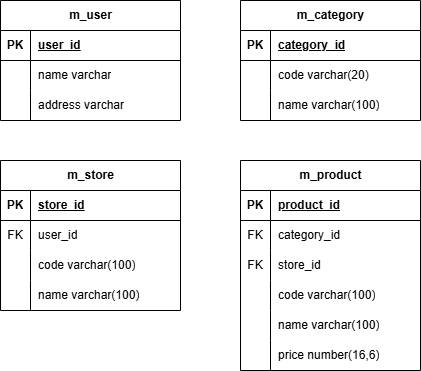
Before: docs/design-table.png, a diagram exported from draw.io (aantsultan/ecommerce). Source tidied: cells renumbered, new cells last; positions are measured from the earlier drawing's top-left corner, leaving out a move shared by most shapes.
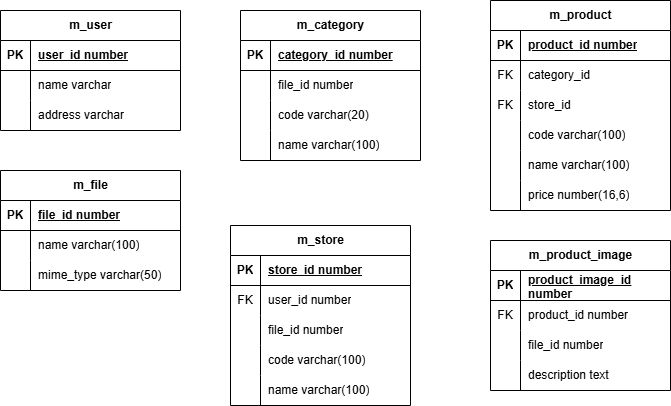
The same diagram one commit later.

What changed in the source:
```diff
@@ -11,7 +11,7 @@
     <mxCell id="4" value="PK" style="shape=partialRectangle;fillColor=none;top=0;left=0;bottom=0;right=0;fontStyle=1;overflow=hidden;whiteSpace=wrap;html=1;" parent="3" vertex="1">
       <mxGeometry width="30" height="30" as="geometry" />
     </mxCell>
-    <mxCell id="5" value="user_id" style="shape=partialRectangle;fillColor=none;top=0;left=0;bottom=0;right=0;align=left;spacingLeft=6;fontStyle=5;overflow=hidden;whiteSpace=wrap;html=1;" parent="3" vertex="1">
+    <mxCell id="5" value="user_id number" style="shape=partialRectangle;fillColor=none;top=0;left=0;bottom=0;right=0;align=left;spacingLeft=6;fontStyle=5;overflow=hidden;whiteSpace=wrap;html=1;" parent="3" vertex="1">
       <mxGeometry x="30" width="150" height="30" as="geometry" />
     </mxCell>
     <mxCell id="6" style="shape=tableRow;horizontal=0;startSize=0;swimlaneHead=0;swimlaneBody=0;fillColor=none;top=0;left=0;right=0;bottom=0;" parent="2" vertex="1">
@@ -33,7 +33,7 @@
       <mxGeometry x="30" width="150" height="30" as="geometry" />
     </mxCell>
     <mxCell id="12" value="m_category" style="shape=table;startSize=30;rowLines=0;fontStyle=1;align=center;html=1;" parent="1" vertex="1">
-      <mxGeometry x="240" width="180" height="120" as="geometry" />
+      <mxGeometry x="240" width="180" height="150" as="geometry" />
     </mxCell>
     <mxCell id="13" style="shape=tableRow;horizontal=0;startSize=0;swimlaneHead=0;swimlaneBody=0;fillColor=none;top=0;left=0;right=0;bottom=1;" parent="12" vertex="1">
       <mxGeometry y="30" width="180" height="30" as="geometry" />
@@ -41,7 +41,7 @@
     <mxCell id="14" value="PK" style="shape=partialRectangle;fillColor=none;top=0;left=0;bottom=0;right=0;fontStyle=1;overflow=hidden;whiteSpace=wrap;html=1;" parent="13" vertex="1">
       <mxGeometry width="30" height="30" as="geometry" />
     </mxCell>
-    <mxCell id="15" value="category_id" style="shape=partialRectangle;fillColor=none;top=0;left=0;bottom=0;right=0;align=left;spacingLeft=6;fontStyle=5;overflow=hidden;whiteSpace=wrap;html=1;" parent="13" vertex="1">
+    <mxCell id="15" value="category_id number" style="shape=partialRectangle;fillColor=none;top=0;left=0;bottom=0;right=0;align=left;spacingLeft=6;fontStyle=5;overflow=hidden;whiteSpace=wrap;html=1;" parent="13" vertex="1">
       <mxGeometry x="30" width="150" height="30" as="geometry" />
     </mxCell>
     <mxCell id="16" style="shape=tableRow;horizontal=0;startSize=0;swimlaneHead=0;swimlaneBody=0;fillColor=none;top=0;left=0;right=0;bottom=0;" parent="12" vertex="1">
@@ -50,7 +50,7 @@
     <mxCell id="17" style="shape=partialRectangle;fillColor=none;top=0;left=0;bottom=0;right=0;overflow=hidden;whiteSpace=wrap;html=1;" parent="16" vertex="1">
       <mxGeometry width="30" height="30" as="geometry" />
     </mxCell>
-    <mxCell id="18" value="code varchar(20)" style="shape=partialRectangle;fillColor=none;top=0;left=0;bottom=0;right=0;align=left;spacingLeft=6;overflow=hidden;whiteSpace=wrap;html=1;" parent="16" vertex="1">
+    <mxCell id="18" value="file_id number" style="shape=partialRectangle;fillColor=none;top=0;left=0;bottom=0;right=0;align=left;spacingLeft=6;overflow=hidden;whiteSpace=wrap;html=1;" parent="16" vertex="1">
       <mxGeometry x="30" width="150" height="30" as="geometry" />
     </mxCell>
     <mxCell id="19" style="shape=tableRow;horizontal=0;startSize=0;swimlaneHead=0;swimlaneBody=0;fillColor=none;top=0;left=0;right=0;bottom=0;" parent="12" vertex="1">
@@ -59,11 +59,20 @@
     <mxCell id="20" style="shape=partialRectangle;fillColor=none;top=0;left=0;bottom=0;right=0;overflow=hidden;whiteSpace=wrap;html=1;" parent="19" vertex="1">
       <mxGeometry width="30" height="30" as="geometry" />
     </mxCell>
-    <mxCell id="21" value="name varchar(100)" style="shape=partialRectangle;fillColor=none;top=0;left=0;bottom=0;right=0;align=left;spacingLeft=6;overflow=hidden;whiteSpace=wrap;html=1;" parent="19" vertex="1">
+    <mxCell id="21" value="code varchar(20)" style="shape=partialRectangle;fillColor=none;top=0;left=0;bottom=0;right=0;align=left;spacingLeft=6;overflow=hidden;whiteSpace=wrap;html=1;" parent="19" vertex="1">
       <mxGeometry x="30" width="150" height="30" as="geometry" />
     </mxCell>
+    <mxCell id="54" style="shape=tableRow;horizontal=0;startSize=0;swimlaneHead=0;swimlaneBody=0;fillColor=none;top=0;left=0;right=0;bottom=0;" parent="12" vertex="1">
+      <mxGeometry y="120" width="180" height="30" as="geometry" />
+    </mxCell>
+    <mxCell id="55" style="shape=partialRectangle;fillColor=none;top=0;left=0;bottom=0;right=0;overflow=hidden;whiteSpace=wrap;html=1;" parent="54" vertex="1">
+      <mxGeometry width="30" height="30" as="geometry" />
+    </mxCell>
+    <mxCell id="56" value="name varchar(100)" style="shape=partialRectangle;fillColor=none;top=0;left=0;bottom=0;right=0;align=left;spacingLeft=6;overflow=hidden;whiteSpace=wrap;html=1;" parent="54" vertex="1">
+      <mxGeometry x="30" width="150" height="30" as="geometry" />
+    </mxCell>
     <mxCell id="22" value="m_product" style="shape=table;startSize=30;rowLines=0;fontStyle=1;align=center;html=1;" parent="1" vertex="1">
-      <mxGeometry x="240" y="160" width="180" height="210" as="geometry" />
+      <mxGeometry x="490" y="-10" width="180" height="210" as="geometry" />
     </mxCell>
     <mxCell id="23" style="shape=tableRow;horizontal=0;startSize=0;swimlaneHead=0;swimlaneBody=0;fillColor=none;top=0;left=0;right=0;bottom=1;" parent="22" vertex="1">
       <mxGeometry y="30" width="180" height="30" as="geometry" />
@@ -71,7 +80,7 @@
     <mxCell id="24" value="PK" style="shape=partialRectangle;fillColor=none;top=0;left=0;bottom=0;right=0;fontStyle=1;overflow=hidden;whiteSpace=wrap;html=1;" parent="23" vertex="1">
       <mxGeometry width="30" height="30" as="geometry" />
     </mxCell>
-    <mxCell id="25" value="product_id" style="shape=partialRectangle;fillColor=none;top=0;left=0;bottom=0;right=0;align=left;spacingLeft=6;fontStyle=5;overflow=hidden;whiteSpace=wrap;html=1;" parent="23" vertex="1">
+    <mxCell id="25" value="product_id number" style="shape=partialRectangle;fillColor=none;top=0;left=0;bottom=0;right=0;align=left;spacingLeft=6;fontStyle=5;overflow=hidden;whiteSpace=wrap;html=1;" parent="23" vertex="1">
       <mxGeometry x="30" width="150" height="30" as="geometry" />
     </mxCell>
     <mxCell id="26" style="shape=tableRow;horizontal=0;startSize=0;swimlaneHead=0;swimlaneBody=0;fillColor=none;top=0;left=0;right=0;bottom=0;" parent="22" vertex="1">
@@ -120,7 +129,7 @@
       <mxGeometry x="30" width="150" height="30" as="geometry" />
     </mxCell>
     <mxCell id="41" value="m_store" style="shape=table;startSize=30;rowLines=0;fontStyle=1;align=center;html=1;" parent="1" vertex="1">
-      <mxGeometry y="160" width="180" height="150" as="geometry" />
+      <mxGeometry x="230" y="215" width="180" height="180" as="geometry" />
     </mxCell>
     <mxCell id="42" style="shape=tableRow;horizontal=0;startSize=0;swimlaneHead=0;swimlaneBody=0;fillColor=none;top=0;left=0;right=0;bottom=1;" parent="41" vertex="1">
       <mxGeometry y="30" width="180" height="30" as="geometry" />
@@ -128,7 +137,7 @@
     <mxCell id="43" value="PK" style="shape=partialRectangle;fillColor=none;top=0;left=0;bottom=0;right=0;fontStyle=1;overflow=hidden;whiteSpace=wrap;html=1;" parent="42" vertex="1">
       <mxGeometry width="30" height="30" as="geometry" />
     </mxCell>
-    <mxCell id="44" value="store_id" style="shape=partialRectangle;fillColor=none;top=0;left=0;bottom=0;right=0;align=left;spacingLeft=6;fontStyle=5;overflow=hidden;whiteSpace=wrap;html=1;" parent="42" vertex="1">
+    <mxCell id="44" value="store_id number" style="shape=partialRectangle;fillColor=none;top=0;left=0;bottom=0;right=0;align=left;spacingLeft=6;fontStyle=5;overflow=hidden;whiteSpace=wrap;html=1;" parent="42" vertex="1">
       <mxGeometry x="30" width="150" height="30" as="geometry" />
     </mxCell>
     <mxCell id="45" style="shape=tableRow;horizontal=0;startSize=0;swimlaneHead=0;swimlaneBody=0;fillColor=none;top=0;left=0;right=0;bottom=0;" parent="41" vertex="1">
@@ -137,7 +146,7 @@
     <mxCell id="46" value="FK" style="shape=partialRectangle;fillColor=none;top=0;left=0;bottom=0;right=0;overflow=hidden;whiteSpace=wrap;html=1;" parent="45" vertex="1">
       <mxGeometry width="30" height="30" as="geometry" />
     </mxCell>
-    <mxCell id="47" value="user_id" style="shape=partialRectangle;fillColor=none;top=0;left=0;bottom=0;right=0;align=left;spacingLeft=6;overflow=hidden;whiteSpace=wrap;html=1;" parent="45" vertex="1">
+    <mxCell id="47" value="user_id number" style="shape=partialRectangle;fillColor=none;top=0;left=0;bottom=0;right=0;align=left;spacingLeft=6;overflow=hidden;whiteSpace=wrap;html=1;" parent="45" vertex="1">
       <mxGeometry x="30" width="150" height="30" as="geometry" />
     </mxCell>
     <mxCell id="48" style="shape=tableRow;horizontal=0;startSize=0;swimlaneHead=0;swimlaneBody=0;fillColor=none;top=0;left=0;right=0;bottom=0;" parent="41" vertex="1">
@@ -146,7 +155,7 @@
     <mxCell id="49" style="shape=partialRectangle;fillColor=none;top=0;left=0;bottom=0;right=0;overflow=hidden;whiteSpace=wrap;html=1;" parent="48" vertex="1">
       <mxGeometry width="30" height="30" as="geometry" />
     </mxCell>
-    <mxCell id="50" value="code varchar(100)" style="shape=partialRectangle;fillColor=none;top=0;left=0;bottom=0;right=0;align=left;spacingLeft=6;overflow=hidden;whiteSpace=wrap;html=1;" parent="48" vertex="1">
+    <mxCell id="50" value="file_id number" style="shape=partialRectangle;fillColor=none;top=0;left=0;bottom=0;right=0;align=left;spacingLeft=6;overflow=hidden;whiteSpace=wrap;html=1;" parent="48" vertex="1">
       <mxGeometry x="30" width="150" height="30" as="geometry" />
     </mxCell>
     <mxCell id="51" style="shape=tableRow;horizontal=0;startSize=0;swimlaneHead=0;swimlaneBody=0;fillColor=none;top=0;left=0;right=0;bottom=0;" parent="41" vertex="1">
@@ -155,8 +164,86 @@
     <mxCell id="52" style="shape=partialRectangle;fillColor=none;top=0;left=0;bottom=0;right=0;overflow=hidden;whiteSpace=wrap;html=1;" parent="51" vertex="1">
       <mxGeometry width="30" height="30" as="geometry" />
     </mxCell>
-    <mxCell id="53" value="name varchar(100)" style="shape=partialRectangle;fillColor=none;top=0;left=0;bottom=0;right=0;align=left;spacingLeft=6;overflow=hidden;whiteSpace=wrap;html=1;" parent="51" vertex="1">
+    <mxCell id="53" value="code varchar(100)" style="shape=partialRectangle;fillColor=none;top=0;left=0;bottom=0;right=0;align=left;spacingLeft=6;overflow=hidden;whiteSpace=wrap;html=1;" parent="51" vertex="1">
       <mxGeometry x="30" width="150" height="30" as="geometry" />
     </mxCell>
+    <mxCell id="57" style="shape=tableRow;horizontal=0;startSize=0;swimlaneHead=0;swimlaneBody=0;fillColor=none;top=0;left=0;right=0;bottom=0;" parent="41" vertex="1">
+      <mxGeometry y="150" width="180" height="30" as="geometry" />
+    </mxCell>
+    <mxCell id="58" style="shape=partialRectangle;fillColor=none;top=0;left=0;bottom=0;right=0;overflow=hidden;whiteSpace=wrap;html=1;" parent="57" vertex="1">
+      <mxGeometry width="30" height="30" as="geometry" />
+    </mxCell>
+    <mxCell id="59" value="name varchar(100)" style="shape=partialRectangle;fillColor=none;top=0;left=0;bottom=0;right=0;align=left;spacingLeft=6;overflow=hidden;whiteSpace=wrap;html=1;" parent="57" vertex="1">
+      <mxGeometry x="30" width="150" height="30" as="geometry" />
+    </mxCell>
+    <mxCell id="60" value="m_file" style="shape=table;startSize=30;rowLines=0;fontStyle=1;align=center;html=1;" parent="1" vertex="1">
+      <mxGeometry y="160" width="180" height="120" as="geometry" />
+    </mxCell>
+    <mxCell id="61" style="shape=tableRow;horizontal=0;startSize=0;swimlaneHead=0;swimlaneBody=0;fillColor=none;top=0;left=0;right=0;bottom=1;" parent="60" vertex="1">
+      <mxGeometry y="30" width="180" height="30" as="geometry" />
+    </mxCell>
+    <mxCell id="62" value="PK" style="shape=partialRectangle;fillColor=none;top=0;left=0;bottom=0;right=0;fontStyle=1;overflow=hidden;whiteSpace=wrap;html=1;" parent="61" vertex="1">
+      <mxGeometry width="30" height="30" as="geometry" />
+    </mxCell>
+    <mxCell id="63" value="file_id number" style="shape=partialRectangle;fillColor=none;top=0;left=0;bottom=0;right=0;align=left;spacingLeft=6;fontStyle=5;overflow=hidden;whiteSpace=wrap;html=1;" parent="61" vertex="1">
+      <mxGeometry x="30" width="150" height="30" as="geometry" />
+    </mxCell>
+    <mxCell id="64" style="shape=tableRow;horizontal=0;startSize=0;swimlaneHead=0;swimlaneBody=0;fillColor=none;top=0;left=0;right=0;bottom=0;" parent="60" vertex="1">
+      <mxGeometry y="60" width="180" height="30" as="geometry" />
+    </mxCell>
+    <mxCell id="65" style="shape=partialRectangle;fillColor=none;top=0;left=0;bottom=0;right=0;overflow=hidden;whiteSpace=wrap;html=1;" parent="64" vertex="1">
+      <mxGeometry width="30" height="30" as="geometry" />
+    </mxCell>
+    <mxCell id="66" value="name varchar(100)" style="shape=partialRectangle;fillColor=none;top=0;left=0;bottom=0;right=0;align=left;spacingLeft=6;overflow=hidden;whiteSpace=wrap;html=1;" parent="64" vertex="1">
+      <mxGeometry x="30" width="150" height="30" as="geometry" />
+    </mxCell>
+    <mxCell id="67" style="shape=tableRow;horizontal=0;startSize=0;swimlaneHead=0;swimlaneBody=0;fillColor=none;top=0;left=0;right=0;bottom=0;" parent="60" vertex="1">
+      <mxGeometry y="90" width="180" height="30" as="geometry" />
+    </mxCell>
+    <mxCell id="68" style="shape=partialRectangle;fillColor=none;top=0;left=0;bottom=0;right=0;overflow=hidden;whiteSpace=wrap;html=1;" parent="67" vertex="1">
+      <mxGeometry width="30" height="30" as="geometry" />
+    </mxCell>
+    <mxCell id="69" value="mime_type varchar(50)" style="shape=partialRectangle;fillColor=none;top=0;left=0;bottom=0;right=0;align=left;spacingLeft=6;overflow=hidden;whiteSpace=wrap;html=1;" parent="67" vertex="1">
+      <mxGeometry x="30" width="150" height="30" as="geometry" />
+    </mxCell>
+    <mxCell id="70" value="m_product_image" style="shape=table;startSize=30;rowLines=0;fontStyle=1;align=center;html=1;" parent="1" vertex="1">
+      <mxGeometry x="490" y="230" width="180" height="150" as="geometry" />
+    </mxCell>
+    <mxCell id="71" style="shape=tableRow;horizontal=0;startSize=0;swimlaneHead=0;swimlaneBody=0;fillColor=none;top=0;left=0;right=0;bottom=1;" parent="70" vertex="1">
+      <mxGeometry y="30" width="180" height="30" as="geometry" />
+    </mxCell>
+    <mxCell id="72" value="PK" style="shape=partialRectangle;fillColor=none;top=0;left=0;bottom=0;right=0;fontStyle=1;overflow=hidden;whiteSpace=wrap;html=1;" parent="71" vertex="1">
+      <mxGeometry width="30" height="30" as="geometry" />
+    </mxCell>
+    <mxCell id="73" value="product_image_id number" style="shape=partialRectangle;fillColor=none;top=0;left=0;bottom=0;right=0;align=left;spacingLeft=6;fontStyle=5;overflow=hidden;whiteSpace=wrap;html=1;" parent="71" vertex="1">
+      <mxGeometry x="30" width="150" height="30" as="geometry" />
+    </mxCell>
+    <mxCell id="74" style="shape=tableRow;horizontal=0;startSize=0;swimlaneHead=0;swimlaneBody=0;fillColor=none;top=0;left=0;right=0;bottom=0;" parent="70" vertex="1">
+      <mxGeometry y="60" width="180" height="30" as="geometry" />
+    </mxCell>
+    <mxCell id="75" value="FK" style="shape=partialRectangle;fillColor=none;top=0;left=0;bottom=0;right=0;overflow=hidden;whiteSpace=wrap;html=1;" parent="74" vertex="1">
+      <mxGeometry width="30" height="30" as="geometry" />
+    </mxCell>
+    <mxCell id="76" value="product_id number" style="shape=partialRectangle;fillColor=none;top=0;left=0;bottom=0;right=0;align=left;spacingLeft=6;overflow=hidden;whiteSpace=wrap;html=1;" parent="74" vertex="1">
+      <mxGeometry x="30" width="150" height="30" as="geometry" />
+    </mxCell>
+    <mxCell id="77" style="shape=tableRow;horizontal=0;startSize=0;swimlaneHead=0;swimlaneBody=0;fillColor=none;top=0;left=0;right=0;bottom=0;" parent="70" vertex="1">
+      <mxGeometry y="90" width="180" height="30" as="geometry" />
+    </mxCell>
+    <mxCell id="78" style="shape=partialRectangle;fillColor=none;top=0;left=0;bottom=0;right=0;overflow=hidden;whiteSpace=wrap;html=1;" parent="77" vertex="1">
+      <mxGeometry width="30" height="30" as="geometry" />
+    </mxCell>
+    <mxCell id="79" value="file_id number" style="shape=partialRectangle;fillColor=none;top=0;left=0;bottom=0;right=0;align=left;spacingLeft=6;overflow=hidden;whiteSpace=wrap;html=1;" parent="77" vertex="1">
+      <mxGeometry x="30" width="150" height="30" as="geometry" />
+    </mxCell>
+    <mxCell id="80" style="shape=tableRow;horizontal=0;startSize=0;swimlaneHead=0;swimlaneBody=0;fillColor=none;top=0;left=0;right=0;bottom=0;" parent="70" vertex="1">
+      <mxGeometry y="120" width="180" height="30" as="geometry" />
+    </mxCell>
+    <mxCell id="81" style="shape=partialRectangle;fillColor=none;top=0;left=0;bottom=0;right=0;overflow=hidden;whiteSpace=wrap;html=1;" parent="80" vertex="1">
+      <mxGeometry width="30" height="30" as="geometry" />
+    </mxCell>
+    <mxCell id="82" value="description text" style="shape=partialRectangle;fillColor=none;top=0;left=0;bottom=0;right=0;align=left;spacingLeft=6;overflow=hidden;whiteSpace=wrap;html=1;" parent="80" vertex="1">
+      <mxGeometry x="30" width="150" height="30" as="geometry" />
+    </mxCell>
   </root>
 </mxGraphModel>
```
